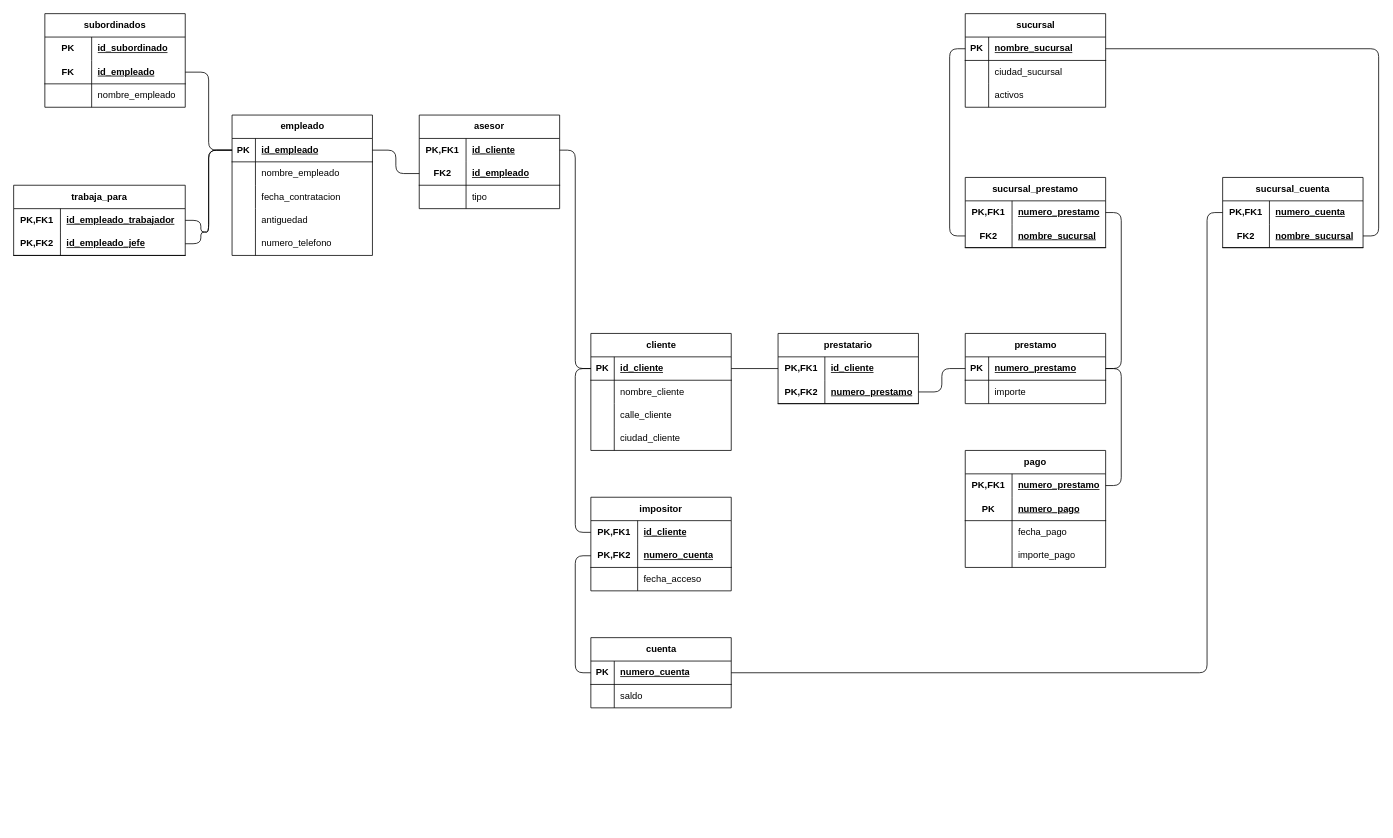
Above: Activity-Relational-Diagram.drawio in xmr-p/DatabaseCharts (draw.io), before the change. Source tidied: cells renumbered, new cells numbered last; positions are measured from the earlier drawing's top-left corner, leaving out a move shared by most shapes. Both pictures are drawn from the tidied source at 78%, with x=0, y=0 at pixel (13, 13).
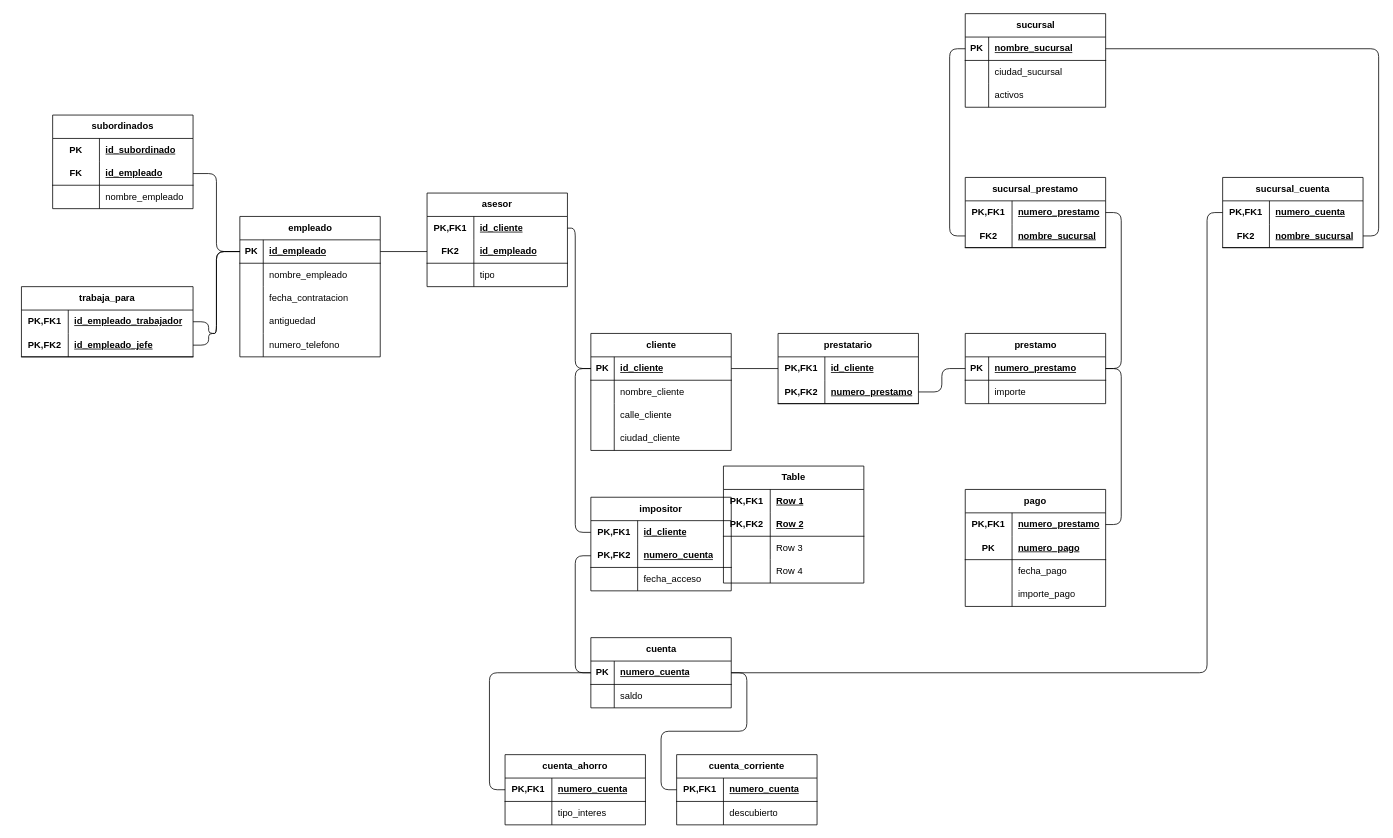
The same diagram, later.

Unchanged cells that the change refers to:
```xml
<mxCell id="3" style="shape=tableRow;horizontal=0;startSize=0;swimlaneHead=0;swimlaneBody=0;fillColor=none;points=[[0,0.5],[1,0.5]];portConstraint=eastwest;top=0;left=0;right=0;bottom=1;" parent="2" vertex="1">
  <mxGeometry y="30" width="180" height="30" as="geometry" />
</mxCell>
<mxCell id="30" style="shape=tableRow;horizontal=0;startSize=0;swimlaneHead=0;swimlaneBody=0;fillColor=none;points=[[0,0.5],[1,0.5]];portConstraint=eastwest;top=0;left=0;right=0;bottom=0;html=1;" parent="29" vertex="1">
  <mxGeometry y="30" width="180" height="30" as="geometry" />
</mxCell>
<mxCell id="40" style="shape=tableRow;horizontal=0;startSize=0;swimlaneHead=0;swimlaneBody=0;fillColor=none;points=[[0,0.5],[1,0.5]];portConstraint=eastwest;top=0;left=0;right=0;bottom=1;" parent="39" vertex="1">
  <mxGeometry y="30" width="180" height="30" as="geometry" />
</mxCell>
<mxCell id="66" style="shape=tableRow;horizontal=0;startSize=0;swimlaneHead=0;swimlaneBody=0;fillColor=none;points=[[0,0.5],[1,0.5]];portConstraint=eastwest;top=0;left=0;right=0;bottom=1;" parent="65" vertex="1">
  <mxGeometry y="30" width="180" height="30" as="geometry" />
</mxCell>
<mxCell id="98" style="shape=tableRow;horizontal=0;startSize=0;swimlaneHead=0;swimlaneBody=0;fillColor=none;points=[[0,0.5],[1,0.5]];portConstraint=eastwest;top=0;left=0;right=0;bottom=0;html=1;" parent="97" vertex="1">
  <mxGeometry y="30" width="220" height="30" as="geometry" />
</mxCell>
<mxCell id="101" style="shape=tableRow;horizontal=0;startSize=0;swimlaneHead=0;swimlaneBody=0;fillColor=none;points=[[0,0.5],[1,0.5]];portConstraint=eastwest;top=0;left=0;right=0;bottom=1;html=1;" parent="97" vertex="1">
  <mxGeometry y="60" width="220" height="30" as="geometry" />
</mxCell>
```

What changed in the source:
```diff
@@
     <mxCell id="29" value="asesor" style="shape=table;startSize=30;childLayout=tableLayout;rowLines=0;fontStyle=1;align=center;html=1;whiteSpace=wrap;" parent="1" vertex="1">
-      <mxGeometry x="520" y="130" width="180" height="120" as="geometry" />
+      <mxGeometry x="530" y="230" width="180" height="120" as="geometry" />
     </mxCell>
@@
     <mxCell id="39" value="empleado" style="shape=table;startSize=30;childLayout=tableLayout;rowLines=0;fontStyle=1;align=center;html=1;" parent="1" vertex="1">
-      <mxGeometry x="280" y="130" width="180" height="180" as="geometry" />
+      <mxGeometry x="290" y="260" width="180" height="180" as="geometry" />
     </mxCell>
@@
     <mxCell id="97" value="trabaja_para" style="shape=table;startSize=30;childLayout=tableLayout;rowLines=0;fontStyle=1;align=center;html=1;whiteSpace=wrap;" parent="1" vertex="1">
-      <mxGeometry y="220" width="220" height="90" as="geometry" />
+      <mxGeometry x="10" y="350" width="220" height="90" as="geometry" />
     </mxCell>
@@
     <mxCell id="104" style="edgeStyle=orthogonalEdgeStyle;rounded=1;jettySize=auto;html=1;entryX=0;entryY=0.5;entryDx=0;entryDy=0;curved=0;endArrow=none;endFill=0;exitX=1;exitY=0.5;exitDx=0;exitDy=0;" parent="1" edge="1" source="101" target="40">
       <mxGeometry relative="1" as="geometry">
         <Array as="points">
-          <mxPoint x="240" y="295" />
-          <mxPoint x="240" y="280" />
-          <mxPoint x="250" y="280" />
-          <mxPoint x="250" y="175" />
+          <mxPoint x="250" y="425" />
+          <mxPoint x="250" y="410" />
+          <mxPoint x="260" y="410" />
+          <mxPoint x="260" y="305" />
         </Array>
       </mxGeometry>
     </mxCell>
     <mxCell id="105" value="subordinados" style="shape=table;startSize=30;childLayout=tableLayout;rowLines=0;fontStyle=1;align=center;html=1;whiteSpace=wrap;strokeColor=default;verticalAlign=middle;fontFamily=Helvetica;fontSize=12;fontColor=default;fillColor=none;" parent="1" vertex="1">
-      <mxGeometry x="40" width="180" height="120" as="geometry" />
+      <mxGeometry x="50" y="130" width="180" height="120" as="geometry" />
     </mxCell>
@@
     <mxCell id="116" style="edgeStyle=orthogonalEdgeStyle;rounded=1;jettySize=auto;html=1;exitX=1;exitY=0.5;exitDx=0;exitDy=0;entryX=0;entryY=0.5;entryDx=0;entryDy=0;fontFamily=Helvetica;fontSize=12;fontColor=default;curved=0;endArrow=none;endFill=0;" parent="1" edge="1" source="30" target="3">
-      <mxGeometry relative="1" as="geometry" />
+      <mxGeometry relative="1" as="geometry">
+        <Array as="points">
+          <mxPoint x="720" y="275" />
+          <mxPoint x="720" y="455" />
+        </Array>
+      </mxGeometry>
     </mxCell>
@@
     <mxCell id="121" style="edgeStyle=orthogonalEdgeStyle;rounded=1;jettySize=auto;html=1;entryX=0;entryY=0.5;entryDx=0;entryDy=0;fontFamily=Helvetica;fontSize=12;fontColor=default;curved=0;endArrow=none;endFill=0;exitX=1;exitY=0.5;exitDx=0;exitDy=0;" parent="1" edge="1" source="98" target="40">
       <mxGeometry relative="1" as="geometry">
         <Array as="points">
-          <mxPoint x="240" y="265" />
-          <mxPoint x="240" y="280" />
-          <mxPoint x="250" y="280" />
-          <mxPoint x="250" y="175" />
+          <mxPoint x="250" y="395" />
+          <mxPoint x="250" y="410" />
+          <mxPoint x="260" y="410" />
+          <mxPoint x="260" y="305" />
         </Array>
       </mxGeometry>
     </mxCell>
@@
     <mxCell id="126" value="pago" style="shape=table;startSize=30;childLayout=tableLayout;rowLines=0;fontStyle=1;align=center;html=1;whiteSpace=wrap;strokeColor=default;verticalAlign=middle;fontFamily=Helvetica;fontSize=12;fontColor=default;fillColor=none;" parent="1" vertex="1">
-      <mxGeometry x="1220" y="560" width="180" height="150" as="geometry" />
+      <mxGeometry x="1220" y="610" width="180" height="150" as="geometry" />
     </mxCell>
@@
+    <mxCell id="140" value="Table" style="shape=table;startSize=30;childLayout=tableLayout;rowLines=0;fontStyle=1;align=center;html=1;whiteSpace=wrap;strokeColor=default;verticalAlign=middle;fontFamily=Helvetica;fontSize=12;fontColor=default;fillColor=none;" parent="1" vertex="1">
+      <mxGeometry x="910" y="580" width="180" height="150" as="geometry" />
+    </mxCell>
+    <mxCell id="141" style="shape=tableRow;horizontal=0;startSize=0;swimlaneHead=0;swimlaneBody=0;fillColor=none;top=0;left=0;right=0;bottom=0;html=1;strokeColor=default;align=center;verticalAlign=middle;fontFamily=Helvetica;fontSize=12;fontColor=default;" parent="140" vertex="1">
+      <mxGeometry y="30" width="180" height="30" as="geometry" />
+    </mxCell>
+    <mxCell id="142" value="PK,FK1" style="shape=partialRectangle;fillColor=none;top=0;left=0;bottom=0;right=0;fontStyle=1;overflow=hidden;html=1;whiteSpace=wrap;strokeColor=default;align=center;verticalAlign=middle;fontFamily=Helvetica;fontSize=12;fontColor=default;" parent="141" vertex="1">
+      <mxGeometry width="60" height="30" as="geometry" />
+    </mxCell>
+    <mxCell id="143" value="Row 1" style="shape=partialRectangle;fillColor=none;top=0;left=0;bottom=0;right=0;align=left;spacingLeft=6;fontStyle=5;overflow=hidden;html=1;whiteSpace=wrap;strokeColor=default;verticalAlign=middle;fontFamily=Helvetica;fontSize=12;fontColor=default;" parent="141" vertex="1">
+      <mxGeometry x="60" width="120" height="30" as="geometry" />
+    </mxCell>
+    <mxCell id="144" style="shape=tableRow;horizontal=0;startSize=0;swimlaneHead=0;swimlaneBody=0;fillColor=none;top=0;left=0;right=0;bottom=1;html=1;strokeColor=default;align=center;verticalAlign=middle;fontFamily=Helvetica;fontSize=12;fontColor=default;" parent="140" vertex="1">
+      <mxGeometry y="60" width="180" height="30" as="geometry" />
+    </mxCell>
+    <mxCell id="145" value="PK,FK2" style="shape=partialRectangle;fillColor=none;top=0;left=0;bottom=0;right=0;fontStyle=1;overflow=hidden;html=1;whiteSpace=wrap;strokeColor=default;align=center;verticalAlign=middle;fontFamily=Helvetica;fontSize=12;fontColor=default;" parent="144" vertex="1">
+      <mxGeometry width="60" height="30" as="geometry" />
+    </mxCell>
+    <mxCell id="146" value="Row 2" style="shape=partialRectangle;fillColor=none;top=0;left=0;bottom=0;right=0;align=left;spacingLeft=6;fontStyle=5;overflow=hidden;html=1;whiteSpace=wrap;strokeColor=default;verticalAlign=middle;fontFamily=Helvetica;fontSize=12;fontColor=default;" parent="144" vertex="1">
+      <mxGeometry x="60" width="120" height="30" as="geometry" />
+    </mxCell>
+    <mxCell id="147" style="shape=tableRow;horizontal=0;startSize=0;swimlaneHead=0;swimlaneBody=0;fillColor=none;top=0;left=0;right=0;bottom=0;html=1;strokeColor=default;align=center;verticalAlign=middle;fontFamily=Helvetica;fontSize=12;fontColor=default;" parent="140" vertex="1">
+      <mxGeometry y="90" width="180" height="30" as="geometry" />
+    </mxCell>
+    <mxCell id="148" style="shape=partialRectangle;fillColor=none;top=0;left=0;bottom=0;right=0;overflow=hidden;html=1;whiteSpace=wrap;strokeColor=default;align=center;verticalAlign=middle;fontFamily=Helvetica;fontSize=12;fontColor=default;" parent="147" vertex="1">
+      <mxGeometry width="60" height="30" as="geometry" />
+    </mxCell>
+    <mxCell id="149" value="Row 3" style="shape=partialRectangle;fillColor=none;top=0;left=0;bottom=0;right=0;align=left;spacingLeft=6;overflow=hidden;html=1;whiteSpace=wrap;strokeColor=default;verticalAlign=middle;fontFamily=Helvetica;fontSize=12;fontColor=default;" parent="147" vertex="1">
+      <mxGeometry x="60" width="120" height="30" as="geometry" />
+    </mxCell>
+    <mxCell id="150" style="shape=tableRow;horizontal=0;startSize=0;swimlaneHead=0;swimlaneBody=0;fillColor=none;top=0;left=0;right=0;bottom=0;html=1;strokeColor=default;align=center;verticalAlign=middle;fontFamily=Helvetica;fontSize=12;fontColor=default;" parent="140" vertex="1">
+      <mxGeometry y="120" width="180" height="30" as="geometry" />
+    </mxCell>
+    <mxCell id="151" style="shape=partialRectangle;fillColor=none;top=0;left=0;bottom=0;right=0;overflow=hidden;html=1;whiteSpace=wrap;strokeColor=default;align=center;verticalAlign=middle;fontFamily=Helvetica;fontSize=12;fontColor=default;" parent="150" vertex="1">
+      <mxGeometry width="60" height="30" as="geometry" />
+    </mxCell>
+    <mxCell id="152" value="Row 4" style="shape=partialRectangle;fillColor=none;top=0;left=0;bottom=0;right=0;align=left;spacingLeft=6;overflow=hidden;html=1;whiteSpace=wrap;strokeColor=default;verticalAlign=middle;fontFamily=Helvetica;fontSize=12;fontColor=default;" parent="150" vertex="1">
+      <mxGeometry x="60" width="120" height="30" as="geometry" />
+    </mxCell>
+    <mxCell id="153" value="cuenta_ahorro" style="shape=table;startSize=30;childLayout=tableLayout;rowLines=0;fontStyle=1;align=center;html=1;whiteSpace=wrap;strokeColor=default;verticalAlign=middle;fontFamily=Helvetica;fontSize=12;fontColor=default;fillColor=none;" parent="1" vertex="1">
+      <mxGeometry x="630" y="950" width="180" height="90" as="geometry" />
+    </mxCell>
+    <mxCell id="154" style="shape=tableRow;horizontal=0;startSize=0;swimlaneHead=0;swimlaneBody=0;fillColor=none;points=[[0,0.5],[1,0.5]];portConstraint=eastwest;top=0;left=0;right=0;bottom=1;html=1;strokeColor=default;align=center;verticalAlign=middle;fontFamily=Helvetica;fontSize=12;fontColor=default;" parent="153" vertex="1">
+      <mxGeometry y="30" width="180" height="30" as="geometry" />
+    </mxCell>
+    <mxCell id="155" value="PK,FK1" style="shape=partialRectangle;fillColor=none;top=0;left=0;bottom=0;right=0;fontStyle=1;overflow=hidden;html=1;whiteSpace=wrap;strokeColor=default;align=center;verticalAlign=middle;fontFamily=Helvetica;fontSize=12;fontColor=default;" parent="154" vertex="1">
+      <mxGeometry width="60" height="30" as="geometry" />
+    </mxCell>
+    <mxCell id="156" value="numero_cuenta" style="shape=partialRectangle;fillColor=none;top=0;left=0;bottom=0;right=0;align=left;spacingLeft=6;fontStyle=5;overflow=hidden;html=1;whiteSpace=wrap;strokeColor=default;verticalAlign=middle;fontFamily=Helvetica;fontSize=12;fontColor=default;" parent="154" vertex="1">
+      <mxGeometry x="60" width="120" height="30" as="geometry" />
+    </mxCell>
+    <mxCell id="157" style="shape=tableRow;horizontal=0;startSize=0;swimlaneHead=0;swimlaneBody=0;fillColor=none;top=0;left=0;right=0;bottom=0;html=1;strokeColor=default;align=center;verticalAlign=middle;fontFamily=Helvetica;fontSize=12;fontColor=default;" parent="153" vertex="1">
+      <mxGeometry y="60" width="180" height="30" as="geometry" />
+    </mxCell>
+    <mxCell id="158" style="shape=partialRectangle;fillColor=none;top=0;left=0;bottom=0;right=0;overflow=hidden;html=1;whiteSpace=wrap;strokeColor=default;align=center;verticalAlign=middle;fontFamily=Helvetica;fontSize=12;fontColor=default;" parent="157" vertex="1">
+      <mxGeometry width="60" height="30" as="geometry" />
+    </mxCell>
+    <mxCell id="159" value="tipo_interes" style="shape=partialRectangle;fillColor=none;top=0;left=0;bottom=0;right=0;align=left;spacingLeft=6;overflow=hidden;html=1;whiteSpace=wrap;strokeColor=default;verticalAlign=middle;fontFamily=Helvetica;fontSize=12;fontColor=default;" parent="157" vertex="1">
+      <mxGeometry x="60" width="120" height="30" as="geometry" />
+    </mxCell>
+    <mxCell id="160" value="cuenta_corriente" style="shape=table;startSize=30;childLayout=tableLayout;rowLines=0;fontStyle=1;align=center;html=1;whiteSpace=wrap;strokeColor=default;verticalAlign=middle;fontFamily=Helvetica;fontSize=12;fontColor=default;fillColor=none;" parent="1" vertex="1">
+      <mxGeometry x="850" y="950" width="180" height="90" as="geometry" />
+    </mxCell>
+    <mxCell id="161" style="shape=tableRow;horizontal=0;startSize=0;swimlaneHead=0;swimlaneBody=0;fillColor=none;points=[[0,0.5],[1,0.5]];portConstraint=eastwest;top=0;left=0;right=0;bottom=1;html=1;strokeColor=default;align=center;verticalAlign=middle;fontFamily=Helvetica;fontSize=12;fontColor=default;" parent="160" vertex="1">
+      <mxGeometry y="30" width="180" height="30" as="geometry" />
+    </mxCell>
+    <mxCell id="162" value="PK,FK1" style="shape=partialRectangle;fillColor=none;top=0;left=0;bottom=0;right=0;fontStyle=1;overflow=hidden;html=1;whiteSpace=wrap;strokeColor=default;align=center;verticalAlign=middle;fontFamily=Helvetica;fontSize=12;fontColor=default;" parent="161" vertex="1">
+      <mxGeometry width="60" height="30" as="geometry" />
+    </mxCell>
+    <mxCell id="163" value="numero_cuenta" style="shape=partialRectangle;fillColor=none;top=0;left=0;bottom=0;right=0;align=left;spacingLeft=6;fontStyle=5;overflow=hidden;html=1;whiteSpace=wrap;strokeColor=default;verticalAlign=middle;fontFamily=Helvetica;fontSize=12;fontColor=default;" parent="161" vertex="1">
+      <mxGeometry x="60" width="120" height="30" as="geometry" />
+    </mxCell>
+    <mxCell id="164" style="shape=tableRow;horizontal=0;startSize=0;swimlaneHead=0;swimlaneBody=0;fillColor=none;top=0;left=0;right=0;bottom=0;html=1;strokeColor=default;align=center;verticalAlign=middle;fontFamily=Helvetica;fontSize=12;fontColor=default;" parent="160" vertex="1">
+      <mxGeometry y="60" width="180" height="30" as="geometry" />
+    </mxCell>
+    <mxCell id="165" style="shape=partialRectangle;fillColor=none;top=0;left=0;bottom=0;right=0;overflow=hidden;html=1;whiteSpace=wrap;strokeColor=default;align=center;verticalAlign=middle;fontFamily=Helvetica;fontSize=12;fontColor=default;" parent="164" vertex="1">
+      <mxGeometry width="60" height="30" as="geometry" />
+    </mxCell>
+    <mxCell id="166" value="descubierto" style="shape=partialRectangle;fillColor=none;top=0;left=0;bottom=0;right=0;align=left;spacingLeft=6;overflow=hidden;html=1;whiteSpace=wrap;strokeColor=default;verticalAlign=middle;fontFamily=Helvetica;fontSize=12;fontColor=default;" parent="164" vertex="1">
+      <mxGeometry x="60" width="120" height="30" as="geometry" />
+    </mxCell>
+    <mxCell id="167" style="edgeStyle=orthogonalEdgeStyle;rounded=1;jettySize=auto;html=1;exitX=0;exitY=0.5;exitDx=0;exitDy=0;entryX=0;entryY=0.5;entryDx=0;entryDy=0;fontFamily=Helvetica;fontSize=12;fontColor=default;curved=0;endArrow=none;endFill=0;" parent="1" edge="1" source="154" target="66">
+      <mxGeometry relative="1" as="geometry" />
+    </mxCell>
+    <mxCell id="168" style="edgeStyle=orthogonalEdgeStyle;rounded=1;jettySize=auto;html=1;exitX=0;exitY=0.5;exitDx=0;exitDy=0;entryX=1;entryY=0.5;entryDx=0;entryDy=0;fontFamily=Helvetica;fontSize=12;fontColor=default;curved=0;endArrow=none;endFill=0;" parent="1" edge="1" source="161" target="66">
+      <mxGeometry relative="1" as="geometry">
+        <Array as="points">
+          <mxPoint x="830" y="995" />
+          <mxPoint x="830" y="920" />
+          <mxPoint x="940" y="920" />
+          <mxPoint x="940" y="845" />
+        </Array>
+      </mxGeometry>
+    </mxCell>
```
